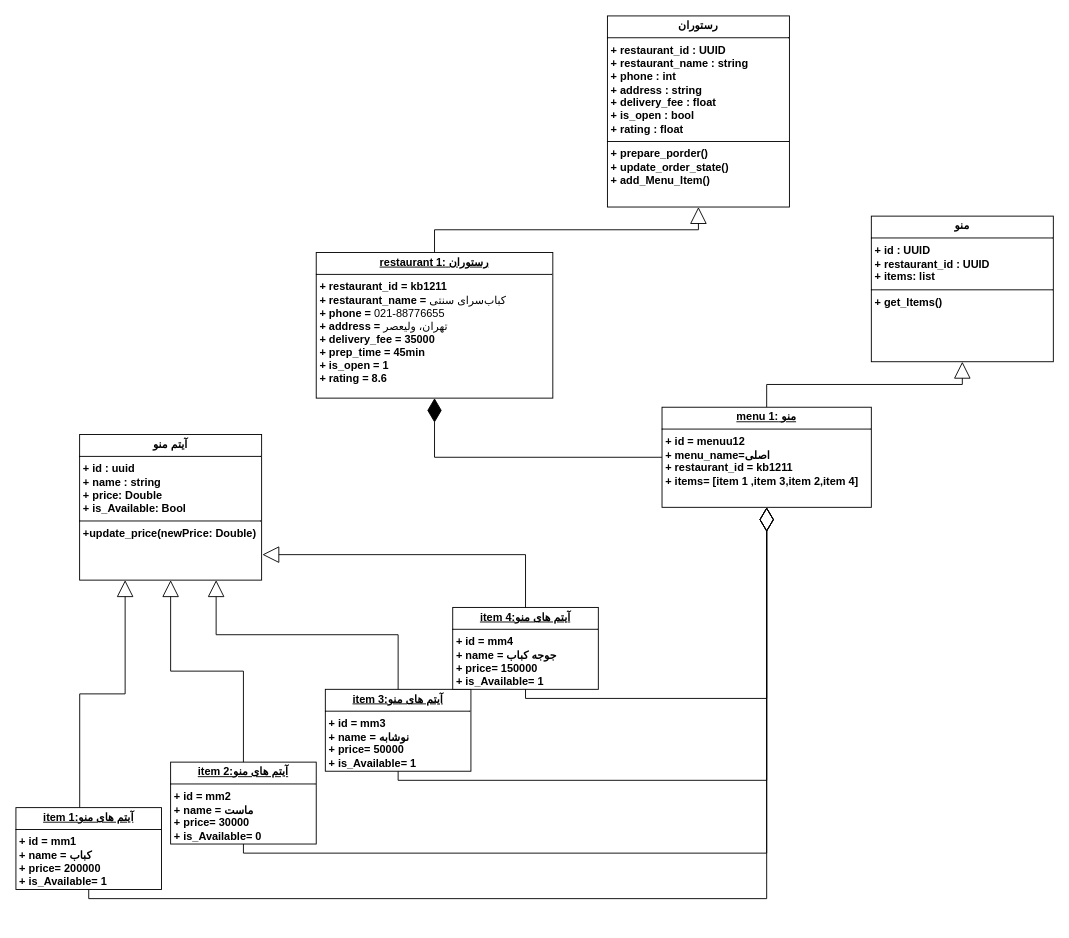
aqua1252/tasks keeps this draw.io diagram as object Diagram.drawio. Above is the earlier version. Source tidied: cells renumbered, new cells numbered last; positions are measured from the earlier drawing's top-left corner, leaving out a move shared by most shapes. Both pictures are drawn from the tidied source at 91%, with x=0, y=0 at pixel (15, 15).
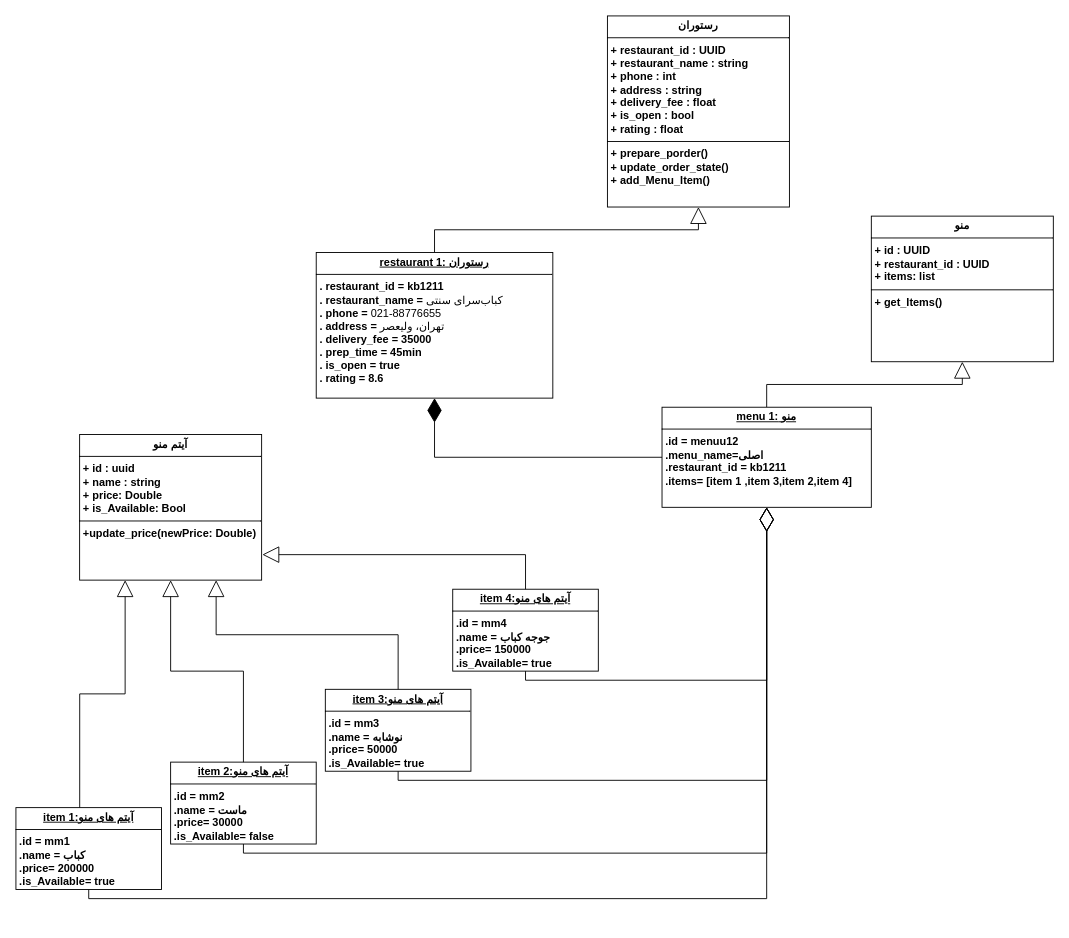
The same page after the edit.

Diff of the diagram source:
```diff
@@
-    <mxCell id="5" value="&lt;p style=&quot;margin:0px;margin-top:4px;text-align:center;text-decoration:underline;&quot;&gt;&lt;b&gt;item 2:&lt;/b&gt;&lt;span style=&quot;font-weight: 700; background-color: transparent; color: light-dark(rgb(0, 0, 0), rgb(255, 255, 255));&quot;&gt;آیتم های منو&lt;/span&gt;&lt;/p&gt;&lt;hr size=&quot;1&quot; style=&quot;border-style:solid;&quot;&gt;&lt;p style=&quot;font-weight: 700; margin: 0px 0px 0px 4px;&quot;&gt;+ id = mm2&lt;/p&gt;&lt;p style=&quot;font-weight: 700; margin: 0px 0px 0px 4px;&quot;&gt;+ name = ماست&lt;/p&gt;&lt;p style=&quot;font-weight: 700; margin: 0px 0px 0px 4px;&quot;&gt;+&amp;nbsp;&lt;span style=&quot;white-space-collapse: preserve; background-color: transparent; color: light-dark(rgb(0, 0, 0), rgb(255, 255, 255));&quot;&gt;price= 30000&lt;/span&gt;&lt;/p&gt;&lt;p style=&quot;font-weight: 700; margin: 0px 0px 0px 4px;&quot;&gt;&lt;span style=&quot;white-space-collapse: preserve; background-color: transparent; color: light-dark(rgb(0, 0, 0), rgb(255, 255, 255));&quot;&gt;+ &lt;/span&gt;&lt;span style=&quot;white-space-collapse: preserve; background-color: transparent; color: light-dark(rgb(0, 0, 0), rgb(255, 255, 255));&quot;&gt;is_Available= 0&lt;/span&gt;&lt;/p&gt;" style="verticalAlign=top;align=left;overflow=fill;html=1;whiteSpace=wrap;" parent="1" vertex="1">
+    <mxCell id="5" value="&lt;p style=&quot;margin:0px;margin-top:4px;text-align:center;text-decoration:underline;&quot;&gt;&lt;b&gt;item 2:&lt;/b&gt;&lt;span style=&quot;font-weight: 700; background-color: transparent; color: light-dark(rgb(0, 0, 0), rgb(255, 255, 255));&quot;&gt;آیتم های منو&lt;/span&gt;&lt;/p&gt;&lt;hr size=&quot;1&quot; style=&quot;border-style:solid;&quot;&gt;&lt;p style=&quot;font-weight: 700; margin: 0px 0px 0px 4px;&quot;&gt;.id = mm2&lt;/p&gt;&lt;p style=&quot;font-weight: 700; margin: 0px 0px 0px 4px;&quot;&gt;.name = ماست&lt;/p&gt;&lt;p style=&quot;font-weight: 700; margin: 0px 0px 0px 4px;&quot;&gt;.&lt;span style=&quot;white-space-collapse: preserve; background-color: transparent; color: light-dark(rgb(0, 0, 0), rgb(255, 255, 255));&quot;&gt;price= 30000&lt;/span&gt;&lt;/p&gt;&lt;p style=&quot;font-weight: 700; margin: 0px 0px 0px 4px;&quot;&gt;&lt;span style=&quot;white-space-collapse: preserve; background-color: transparent; color: light-dark(rgb(0, 0, 0), rgb(255, 255, 255));&quot;&gt;.&lt;/span&gt;&lt;span style=&quot;white-space-collapse: preserve; background-color: transparent; color: light-dark(rgb(0, 0, 0), rgb(255, 255, 255));&quot;&gt;is_Available= false&lt;/span&gt;&lt;/p&gt;" style="verticalAlign=top;align=left;overflow=fill;html=1;whiteSpace=wrap;" parent="1" vertex="1">
       <mxGeometry x="170" y="820" width="160" height="90" as="geometry" />
     </mxCell>
-    <mxCell id="6" value="&lt;p style=&quot;margin:0px;margin-top:4px;text-align:center;text-decoration:underline;&quot;&gt;&lt;b&gt;item 3:&lt;/b&gt;&lt;span style=&quot;font-weight: 700; background-color: transparent; color: light-dark(rgb(0, 0, 0), rgb(255, 255, 255));&quot;&gt;آیتم های منو&lt;/span&gt;&lt;/p&gt;&lt;hr size=&quot;1&quot; style=&quot;border-style:solid;&quot;&gt;&lt;p style=&quot;font-weight: 700; margin: 0px 0px 0px 4px;&quot;&gt;+ id = mm3&lt;/p&gt;&lt;p style=&quot;font-weight: 700; margin: 0px 0px 0px 4px;&quot;&gt;+ name = نوشابه&lt;/p&gt;&lt;p style=&quot;font-weight: 700; margin: 0px 0px 0px 4px;&quot;&gt;+&amp;nbsp;&lt;span style=&quot;white-space-collapse: preserve; background-color: transparent; color: light-dark(rgb(0, 0, 0), rgb(255, 255, 255));&quot;&gt;price= 50000&lt;/span&gt;&lt;/p&gt;&lt;p style=&quot;font-weight: 700; margin: 0px 0px 0px 4px;&quot;&gt;&lt;span style=&quot;white-space-collapse: preserve; background-color: transparent; color: light-dark(rgb(0, 0, 0), rgb(255, 255, 255));&quot;&gt;+ &lt;/span&gt;&lt;span style=&quot;white-space-collapse: preserve; background-color: transparent; color: light-dark(rgb(0, 0, 0), rgb(255, 255, 255));&quot;&gt;is_Available= 1&lt;/span&gt;&lt;/p&gt;" style="verticalAlign=top;align=left;overflow=fill;html=1;whiteSpace=wrap;" parent="1" vertex="1">
+    <mxCell id="6" value="&lt;p style=&quot;margin:0px;margin-top:4px;text-align:center;text-decoration:underline;&quot;&gt;&lt;b&gt;item 3:&lt;/b&gt;&lt;span style=&quot;font-weight: 700; background-color: transparent; color: light-dark(rgb(0, 0, 0), rgb(255, 255, 255));&quot;&gt;آیتم های منو&lt;/span&gt;&lt;/p&gt;&lt;hr size=&quot;1&quot; style=&quot;border-style:solid;&quot;&gt;&lt;p style=&quot;font-weight: 700; margin: 0px 0px 0px 4px;&quot;&gt;.id = mm3&lt;/p&gt;&lt;p style=&quot;font-weight: 700; margin: 0px 0px 0px 4px;&quot;&gt;.name = نوشابه&lt;/p&gt;&lt;p style=&quot;font-weight: 700; margin: 0px 0px 0px 4px;&quot;&gt;.&lt;span style=&quot;white-space-collapse: preserve; background-color: transparent; color: light-dark(rgb(0, 0, 0), rgb(255, 255, 255));&quot;&gt;price= 50000&lt;/span&gt;&lt;/p&gt;&lt;p style=&quot;font-weight: 700; margin: 0px 0px 0px 4px;&quot;&gt;&lt;span style=&quot;white-space-collapse: preserve; background-color: transparent; color: light-dark(rgb(0, 0, 0), rgb(255, 255, 255));&quot;&gt;.&lt;/span&gt;&lt;span style=&quot;white-space-collapse: preserve; background-color: transparent; color: light-dark(rgb(0, 0, 0), rgb(255, 255, 255));&quot;&gt;is_Available= &lt;/span&gt;&lt;span style=&quot;background-color: transparent; color: light-dark(rgb(0, 0, 0), rgb(255, 255, 255));&quot;&gt;true&amp;nbsp;&lt;/span&gt;&lt;/p&gt;" style="verticalAlign=top;align=left;overflow=fill;html=1;whiteSpace=wrap;" parent="1" vertex="1">
       <mxGeometry x="340" y="740" width="160" height="90" as="geometry" />
     </mxCell>
-    <mxCell id="7" value="&lt;p style=&quot;margin:0px;margin-top:4px;text-align:center;text-decoration:underline;&quot;&gt;&lt;b&gt;item 4:&lt;/b&gt;&lt;span style=&quot;font-weight: 700; background-color: transparent; color: light-dark(rgb(0, 0, 0), rgb(255, 255, 255));&quot;&gt;آیتم های منو&lt;/span&gt;&lt;/p&gt;&lt;hr size=&quot;1&quot; style=&quot;border-style:solid;&quot;&gt;&lt;p style=&quot;font-weight: 700; margin: 0px 0px 0px 4px;&quot;&gt;+ id = mm4&lt;/p&gt;&lt;p style=&quot;font-weight: 700; margin: 0px 0px 0px 4px;&quot;&gt;+ name = جوجه کباب&lt;/p&gt;&lt;p style=&quot;font-weight: 700; margin: 0px 0px 0px 4px;&quot;&gt;+&amp;nbsp;&lt;span style=&quot;white-space-collapse: preserve; background-color: transparent; color: light-dark(rgb(0, 0, 0), rgb(255, 255, 255));&quot;&gt;price= 150000&lt;/span&gt;&lt;/p&gt;&lt;p style=&quot;font-weight: 700; margin: 0px 0px 0px 4px;&quot;&gt;&lt;span style=&quot;white-space-collapse: preserve; background-color: transparent; color: light-dark(rgb(0, 0, 0), rgb(255, 255, 255));&quot;&gt;+ &lt;/span&gt;&lt;span style=&quot;white-space-collapse: preserve; background-color: transparent; color: light-dark(rgb(0, 0, 0), rgb(255, 255, 255));&quot;&gt;is_Available= 1&lt;/span&gt;&lt;/p&gt;" style="verticalAlign=top;align=left;overflow=fill;html=1;whiteSpace=wrap;" parent="1" vertex="1">
-      <mxGeometry x="480" y="650" width="160" height="90" as="geometry" />
+    <mxCell id="7" value="&lt;p style=&quot;margin:0px;margin-top:4px;text-align:center;text-decoration:underline;&quot;&gt;&lt;b&gt;item 4:&lt;/b&gt;&lt;span style=&quot;font-weight: 700; background-color: transparent; color: light-dark(rgb(0, 0, 0), rgb(255, 255, 255));&quot;&gt;آیتم های منو&lt;/span&gt;&lt;/p&gt;&lt;hr size=&quot;1&quot; style=&quot;border-style:solid;&quot;&gt;&lt;p style=&quot;font-weight: 700; margin: 0px 0px 0px 4px;&quot;&gt;.id = mm4&lt;/p&gt;&lt;p style=&quot;font-weight: 700; margin: 0px 0px 0px 4px;&quot;&gt;.name = جوجه کباب&lt;/p&gt;&lt;p style=&quot;font-weight: 700; margin: 0px 0px 0px 4px;&quot;&gt;.&lt;span style=&quot;white-space-collapse: preserve; background-color: transparent; color: light-dark(rgb(0, 0, 0), rgb(255, 255, 255));&quot;&gt;price= 150000&lt;/span&gt;&lt;/p&gt;&lt;p style=&quot;font-weight: 700; margin: 0px 0px 0px 4px;&quot;&gt;&lt;span style=&quot;white-space-collapse: preserve; background-color: transparent; color: light-dark(rgb(0, 0, 0), rgb(255, 255, 255));&quot;&gt;.&lt;/span&gt;&lt;span style=&quot;white-space-collapse: preserve; background-color: transparent; color: light-dark(rgb(0, 0, 0), rgb(255, 255, 255));&quot;&gt;is_Available= &lt;/span&gt;&lt;span style=&quot;background-color: transparent; color: light-dark(rgb(0, 0, 0), rgb(255, 255, 255));&quot;&gt;true&amp;nbsp;&lt;/span&gt;&lt;/p&gt;" style="verticalAlign=top;align=left;overflow=fill;html=1;whiteSpace=wrap;" parent="1" vertex="1">
+      <mxGeometry x="480" y="630" width="160" height="90" as="geometry" />
     </mxCell>
-    <mxCell id="8" value="&lt;p style=&quot;margin:0px;margin-top:4px;text-align:center;text-decoration:underline;&quot;&gt;&lt;b&gt;item 1:&lt;/b&gt;&lt;span style=&quot;font-weight: 700; background-color: transparent; color: light-dark(rgb(0, 0, 0), rgb(255, 255, 255));&quot;&gt;آیتم های منو&lt;/span&gt;&lt;/p&gt;&lt;hr size=&quot;1&quot; style=&quot;border-style:solid;&quot;&gt;&lt;p style=&quot;font-weight: 700; margin: 0px 0px 0px 4px;&quot;&gt;+ id = mm1&lt;/p&gt;&lt;p style=&quot;font-weight: 700; margin: 0px 0px 0px 4px;&quot;&gt;+ name = کباب&lt;/p&gt;&lt;p style=&quot;font-weight: 700; margin: 0px 0px 0px 4px;&quot;&gt;+&amp;nbsp;&lt;span style=&quot;white-space-collapse: preserve; background-color: transparent; color: light-dark(rgb(0, 0, 0), rgb(255, 255, 255));&quot;&gt;price= 200000&lt;/span&gt;&lt;/p&gt;&lt;p style=&quot;font-weight: 700; margin: 0px 0px 0px 4px;&quot;&gt;&lt;span style=&quot;white-space-collapse: preserve; background-color: transparent; color: light-dark(rgb(0, 0, 0), rgb(255, 255, 255));&quot;&gt;+ &lt;/span&gt;&lt;span style=&quot;white-space-collapse: preserve; background-color: transparent; color: light-dark(rgb(0, 0, 0), rgb(255, 255, 255));&quot;&gt;is_Available= 1&lt;/span&gt;&lt;/p&gt;" style="verticalAlign=top;align=left;overflow=fill;html=1;whiteSpace=wrap;" parent="1" vertex="1">
+    <mxCell id="8" value="&lt;p style=&quot;margin:0px;margin-top:4px;text-align:center;text-decoration:underline;&quot;&gt;&lt;b&gt;item 1:&lt;/b&gt;&lt;span style=&quot;font-weight: 700; background-color: transparent; color: light-dark(rgb(0, 0, 0), rgb(255, 255, 255));&quot;&gt;آیتم های منو&lt;/span&gt;&lt;/p&gt;&lt;hr size=&quot;1&quot; style=&quot;border-style:solid;&quot;&gt;&lt;p style=&quot;font-weight: 700; margin: 0px 0px 0px 4px;&quot;&gt;.id = mm1&lt;/p&gt;&lt;p style=&quot;font-weight: 700; margin: 0px 0px 0px 4px;&quot;&gt;.name = کباب&lt;/p&gt;&lt;p style=&quot;font-weight: 700; margin: 0px 0px 0px 4px;&quot;&gt;.&lt;span style=&quot;white-space-collapse: preserve; background-color: transparent; color: light-dark(rgb(0, 0, 0), rgb(255, 255, 255));&quot;&gt;price= 200000&lt;/span&gt;&lt;/p&gt;&lt;p style=&quot;font-weight: 700; margin: 0px 0px 0px 4px;&quot;&gt;&lt;span style=&quot;white-space-collapse: preserve; background-color: transparent; color: light-dark(rgb(0, 0, 0), rgb(255, 255, 255));&quot;&gt;.&lt;/span&gt;&lt;span style=&quot;white-space-collapse: preserve; background-color: transparent; color: light-dark(rgb(0, 0, 0), rgb(255, 255, 255));&quot;&gt;is_Available= &lt;/span&gt;&lt;span style=&quot;background-color: transparent; color: light-dark(rgb(0, 0, 0), rgb(255, 255, 255));&quot;&gt;true&amp;nbsp;&lt;/span&gt;&lt;/p&gt;" style="verticalAlign=top;align=left;overflow=fill;html=1;whiteSpace=wrap;" parent="1" vertex="1">
       <mxGeometry y="870" width="160" height="90" as="geometry" />
     </mxCell>
@@
-    <mxCell id="15" value="&lt;p style=&quot;margin:0px;margin-top:4px;text-align:center;text-decoration:underline;&quot;&gt;&lt;b&gt;menu 1:&lt;/b&gt;&lt;span style=&quot;font-weight: 700; background-color: transparent; color: light-dark(rgb(0, 0, 0), rgb(255, 255, 255));&quot;&gt;&amp;nbsp;منو&lt;/span&gt;&lt;/p&gt;&lt;hr size=&quot;1&quot; style=&quot;border-style:solid;&quot;&gt;&lt;p style=&quot;font-weight: 700; margin: 0px 0px 0px 4px;&quot;&gt;+ id = menuu12&lt;/p&gt;&lt;p style=&quot;font-weight: 700; margin: 0px 0px 0px 4px;&quot;&gt;+&amp;nbsp;&lt;span style=&quot;background-color: transparent; color: light-dark(rgb(0, 0, 0), rgb(255, 255, 255));&quot;&gt;menu_name=اصلی&lt;/span&gt;&lt;/p&gt;&lt;p style=&quot;font-weight: 700; margin: 0px 0px 0px 4px;&quot;&gt;+ restaurant_id = kb1211&lt;/p&gt;&lt;p style=&quot;font-weight: 700; margin: 0px 0px 0px 4px;&quot;&gt;&lt;span style=&quot;color: light-dark(rgb(0, 0, 0), rgb(255, 255, 255)); background-color: transparent;&quot;&gt;+&amp;nbsp;&lt;/span&gt;&lt;span style=&quot;white-space-collapse: preserve; background-color: transparent; color: light-dark(rgb(0, 0, 0), rgb(255, 255, 255));&quot;&gt;items= [item 1 ,&lt;/span&gt;&lt;span style=&quot;white-space-collapse: preserve; background-color: transparent; color: light-dark(rgb(0, 0, 0), rgb(255, 255, 255));&quot;&gt;item 3,&lt;/span&gt;&lt;span style=&quot;white-space-collapse: preserve; background-color: transparent; color: light-dark(rgb(0, 0, 0), rgb(255, 255, 255));&quot;&gt;item 2,&lt;/span&gt;&lt;span style=&quot;white-space-collapse: preserve; background-color: transparent; color: light-dark(rgb(0, 0, 0), rgb(255, 255, 255));&quot;&gt;item 4]&lt;/span&gt;&lt;/p&gt;&lt;div&gt;&lt;span style=&quot;white-space-collapse: preserve; background-color: transparent; color: light-dark(rgb(0, 0, 0), rgb(255, 255, 255));&quot;&gt;&lt;br&gt;&lt;/span&gt;&lt;/div&gt;" style="verticalAlign=top;align=left;overflow=fill;html=1;whiteSpace=wrap;" parent="1" vertex="1">
+    <mxCell id="15" value="&lt;p style=&quot;margin:0px;margin-top:4px;text-align:center;text-decoration:underline;&quot;&gt;&lt;b&gt;menu 1:&lt;/b&gt;&lt;span style=&quot;font-weight: 700; background-color: transparent; color: light-dark(rgb(0, 0, 0), rgb(255, 255, 255));&quot;&gt;&amp;nbsp;منو&lt;/span&gt;&lt;/p&gt;&lt;hr size=&quot;1&quot; style=&quot;border-style:solid;&quot;&gt;&lt;p style=&quot;font-weight: 700; margin: 0px 0px 0px 4px;&quot;&gt;.id = menuu12&lt;/p&gt;&lt;p style=&quot;font-weight: 700; margin: 0px 0px 0px 4px;&quot;&gt;.&lt;span style=&quot;background-color: transparent; color: light-dark(rgb(0, 0, 0), rgb(255, 255, 255));&quot;&gt;menu_name=اصلی&lt;/span&gt;&lt;/p&gt;&lt;p style=&quot;font-weight: 700; margin: 0px 0px 0px 4px;&quot;&gt;.restaurant_id = kb1211&lt;/p&gt;&lt;p style=&quot;font-weight: 700; margin: 0px 0px 0px 4px;&quot;&gt;&lt;span style=&quot;color: light-dark(rgb(0, 0, 0), rgb(255, 255, 255)); background-color: transparent;&quot;&gt;.&lt;/span&gt;&lt;span style=&quot;white-space-collapse: preserve; background-color: transparent; color: light-dark(rgb(0, 0, 0), rgb(255, 255, 255));&quot;&gt;items= [item 1 ,&lt;/span&gt;&lt;span style=&quot;white-space-collapse: preserve; background-color: transparent; color: light-dark(rgb(0, 0, 0), rgb(255, 255, 255));&quot;&gt;item 3,&lt;/span&gt;&lt;span style=&quot;white-space-collapse: preserve; background-color: transparent; color: light-dark(rgb(0, 0, 0), rgb(255, 255, 255));&quot;&gt;item 2,&lt;/span&gt;&lt;span style=&quot;white-space-collapse: preserve; background-color: transparent; color: light-dark(rgb(0, 0, 0), rgb(255, 255, 255));&quot;&gt;item 4]&lt;/span&gt;&lt;/p&gt;&lt;div&gt;&lt;span style=&quot;white-space-collapse: preserve; background-color: transparent; color: light-dark(rgb(0, 0, 0), rgb(255, 255, 255));&quot;&gt;&lt;br&gt;&lt;/span&gt;&lt;/div&gt;" style="verticalAlign=top;align=left;overflow=fill;html=1;whiteSpace=wrap;" parent="1" vertex="1">
       <mxGeometry x="710" y="430" width="230" height="110" as="geometry" />
     </mxCell>
-    <mxCell id="16" value="&lt;p style=&quot;margin:0px;margin-top:4px;text-align:center;text-decoration:underline;&quot;&gt;&lt;b&gt;restaurant 1:&lt;/b&gt;&lt;span style=&quot;font-weight: 700; background-color: transparent; color: light-dark(rgb(0, 0, 0), rgb(255, 255, 255));&quot;&gt;&amp;nbsp;&lt;/span&gt;&lt;span style=&quot;font-weight: 700; background-color: transparent; color: light-dark(rgb(0, 0, 0), rgb(255, 255, 255));&quot;&gt;رستوران&lt;/span&gt;&lt;/p&gt;&lt;hr size=&quot;1&quot; style=&quot;border-style:solid;&quot;&gt;&lt;p style=&quot;font-weight: 700; margin: 0px 0px 0px 4px;&quot;&gt;+ restaurant_id&lt;span style=&quot;color: light-dark(rgb(0, 0, 0), rgb(255, 255, 255)); background-color: transparent;&quot;&gt;&amp;nbsp;=&amp;nbsp;&lt;/span&gt;&lt;span style=&quot;background-color: transparent; color: light-dark(rgb(0, 0, 0), rgb(255, 255, 255));&quot;&gt;kb1211&lt;/span&gt;&lt;/p&gt;&lt;p style=&quot;font-weight: 700; margin: 0px 0px 0px 4px;&quot;&gt;&lt;span style=&quot;color: light-dark(rgb(0, 0, 0), rgb(255, 255, 255)); background-color: transparent;&quot;&gt;+&amp;nbsp;&lt;/span&gt;&lt;span style=&quot;background-color: transparent; color: light-dark(rgb(0, 0, 0), rgb(255, 255, 255));&quot;&gt;restaurant_name =&amp;nbsp;&lt;/span&gt;&lt;span style=&quot;white-space-collapse: preserve; background-color: transparent; color: light-dark(rgb(0, 0, 0), rgb(255, 255, 255)); font-weight: normal;&quot;&gt;کباب‌سرای سنتی&lt;/span&gt;&lt;/p&gt;&lt;p style=&quot;font-weight: 700; margin: 0px 0px 0px 4px;&quot;&gt;&lt;span style=&quot;background-color: transparent; color: light-dark(rgb(0, 0, 0), rgb(255, 255, 255));&quot;&gt;+ phone =&amp;nbsp;&lt;/span&gt;&lt;span style=&quot;white-space-collapse: preserve; background-color: transparent; color: light-dark(rgb(0, 0, 0), rgb(255, 255, 255)); font-weight: normal;&quot;&gt;021-88776655&lt;/span&gt;&lt;/p&gt;&lt;p style=&quot;font-weight: 700; margin: 0px 0px 0px 4px;&quot;&gt;&lt;span style=&quot;background-color: transparent; color: light-dark(rgb(0, 0, 0), rgb(255, 255, 255));&quot;&gt;+ address =&amp;nbsp;&lt;/span&gt;&lt;span style=&quot;white-space-collapse: preserve; background-color: transparent; color: light-dark(rgb(0, 0, 0), rgb(255, 255, 255)); font-weight: normal;&quot;&gt;تهران، ولیعصر&lt;/span&gt;&lt;/p&gt;&lt;p style=&quot;font-weight: 700; margin: 0px 0px 0px 4px;&quot;&gt;&lt;span style=&quot;background-color: transparent; color: light-dark(rgb(0, 0, 0), rgb(255, 255, 255));&quot;&gt;+ delivery_fee = 35000&lt;/span&gt;&lt;/p&gt;&lt;p style=&quot;font-weight: 700; margin: 0px 0px 0px 4px;&quot;&gt;&lt;span style=&quot;background-color: transparent; color: light-dark(rgb(0, 0, 0), rgb(255, 255, 255));&quot;&gt;+ prep_time = 45min&lt;/span&gt;&lt;/p&gt;&lt;p style=&quot;font-weight: 700; margin: 0px 0px 0px 4px;&quot;&gt;+ is_open = 1&lt;/p&gt;&lt;p style=&quot;font-weight: 700; margin: 0px 0px 0px 4px;&quot;&gt;+&amp;nbsp;&lt;span style=&quot;background-color: transparent; color: light-dark(rgb(0, 0, 0), rgb(255, 255, 255));&quot;&gt;rating = 8.6&lt;/span&gt;&lt;/p&gt;&lt;div&gt;&lt;span style=&quot;white-space-collapse: preserve; background-color: transparent; color: light-dark(rgb(0, 0, 0), rgb(255, 255, 255));&quot;&gt;&lt;br&gt;&lt;/span&gt;&lt;/div&gt;" style="verticalAlign=top;align=left;overflow=fill;html=1;whiteSpace=wrap;" parent="1" vertex="1">
+    <mxCell id="16" value="&lt;p style=&quot;margin:0px;margin-top:4px;text-align:center;text-decoration:underline;&quot;&gt;&lt;b&gt;restaurant 1:&lt;/b&gt;&lt;span style=&quot;font-weight: 700; background-color: transparent; color: light-dark(rgb(0, 0, 0), rgb(255, 255, 255));&quot;&gt;&amp;nbsp;&lt;/span&gt;&lt;span style=&quot;font-weight: 700; background-color: transparent; color: light-dark(rgb(0, 0, 0), rgb(255, 255, 255));&quot;&gt;رستوران&lt;/span&gt;&lt;/p&gt;&lt;hr size=&quot;1&quot; style=&quot;border-style:solid;&quot;&gt;&lt;p style=&quot;font-weight: 700; margin: 0px 0px 0px 4px;&quot;&gt;. restaurant_id&lt;span style=&quot;color: light-dark(rgb(0, 0, 0), rgb(255, 255, 255)); background-color: transparent;&quot;&gt;&amp;nbsp;=&amp;nbsp;&lt;/span&gt;&lt;span style=&quot;background-color: transparent; color: light-dark(rgb(0, 0, 0), rgb(255, 255, 255));&quot;&gt;kb1211&lt;/span&gt;&lt;/p&gt;&lt;p style=&quot;font-weight: 700; margin: 0px 0px 0px 4px;&quot;&gt;&lt;span style=&quot;color: light-dark(rgb(0, 0, 0), rgb(255, 255, 255)); background-color: transparent;&quot;&gt;.&amp;nbsp;&lt;/span&gt;&lt;span style=&quot;background-color: transparent; color: light-dark(rgb(0, 0, 0), rgb(255, 255, 255));&quot;&gt;restaurant_name =&amp;nbsp;&lt;/span&gt;&lt;span style=&quot;white-space-collapse: preserve; background-color: transparent; color: light-dark(rgb(0, 0, 0), rgb(255, 255, 255)); font-weight: normal;&quot;&gt;کباب‌سرای سنتی&lt;/span&gt;&lt;/p&gt;&lt;p style=&quot;font-weight: 700; margin: 0px 0px 0px 4px;&quot;&gt;&lt;span style=&quot;background-color: transparent; color: light-dark(rgb(0, 0, 0), rgb(255, 255, 255));&quot;&gt;. phone =&amp;nbsp;&lt;/span&gt;&lt;span style=&quot;white-space-collapse: preserve; background-color: transparent; color: light-dark(rgb(0, 0, 0), rgb(255, 255, 255)); font-weight: normal;&quot;&gt;021-88776655&lt;/span&gt;&lt;/p&gt;&lt;p style=&quot;font-weight: 700; margin: 0px 0px 0px 4px;&quot;&gt;&lt;span style=&quot;background-color: transparent; color: light-dark(rgb(0, 0, 0), rgb(255, 255, 255));&quot;&gt;. address =&amp;nbsp;&lt;/span&gt;&lt;span style=&quot;white-space-collapse: preserve; background-color: transparent; color: light-dark(rgb(0, 0, 0), rgb(255, 255, 255)); font-weight: normal;&quot;&gt;تهران، ولیعصر&lt;/span&gt;&lt;/p&gt;&lt;p style=&quot;font-weight: 700; margin: 0px 0px 0px 4px;&quot;&gt;&lt;span style=&quot;background-color: transparent; color: light-dark(rgb(0, 0, 0), rgb(255, 255, 255));&quot;&gt;. delivery_fee = 35000&lt;/span&gt;&lt;/p&gt;&lt;p style=&quot;font-weight: 700; margin: 0px 0px 0px 4px;&quot;&gt;&lt;span style=&quot;background-color: transparent; color: light-dark(rgb(0, 0, 0), rgb(255, 255, 255));&quot;&gt;. prep_time = 45min&lt;/span&gt;&lt;/p&gt;&lt;p style=&quot;font-weight: 700; margin: 0px 0px 0px 4px;&quot;&gt;. is_open = true&amp;nbsp;&lt;/p&gt;&lt;p style=&quot;font-weight: 700; margin: 0px 0px 0px 4px;&quot;&gt;&lt;span style=&quot;background-color: transparent; color: light-dark(rgb(0, 0, 0), rgb(255, 255, 255));&quot;&gt;.&amp;nbsp;&lt;/span&gt;&lt;span style=&quot;background-color: transparent; color: light-dark(rgb(0, 0, 0), rgb(255, 255, 255));&quot;&gt;rating = 8.6&lt;/span&gt;&lt;/p&gt;&lt;div&gt;&lt;span style=&quot;white-space-collapse: preserve; background-color: transparent; color: light-dark(rgb(0, 0, 0), rgb(255, 255, 255));&quot;&gt;&lt;br&gt;&lt;/span&gt;&lt;/div&gt;" style="verticalAlign=top;align=left;overflow=fill;html=1;whiteSpace=wrap;" parent="1" vertex="1">
       <mxGeometry x="330" y="260" width="260" height="160" as="geometry" />
     </mxCell>
```
